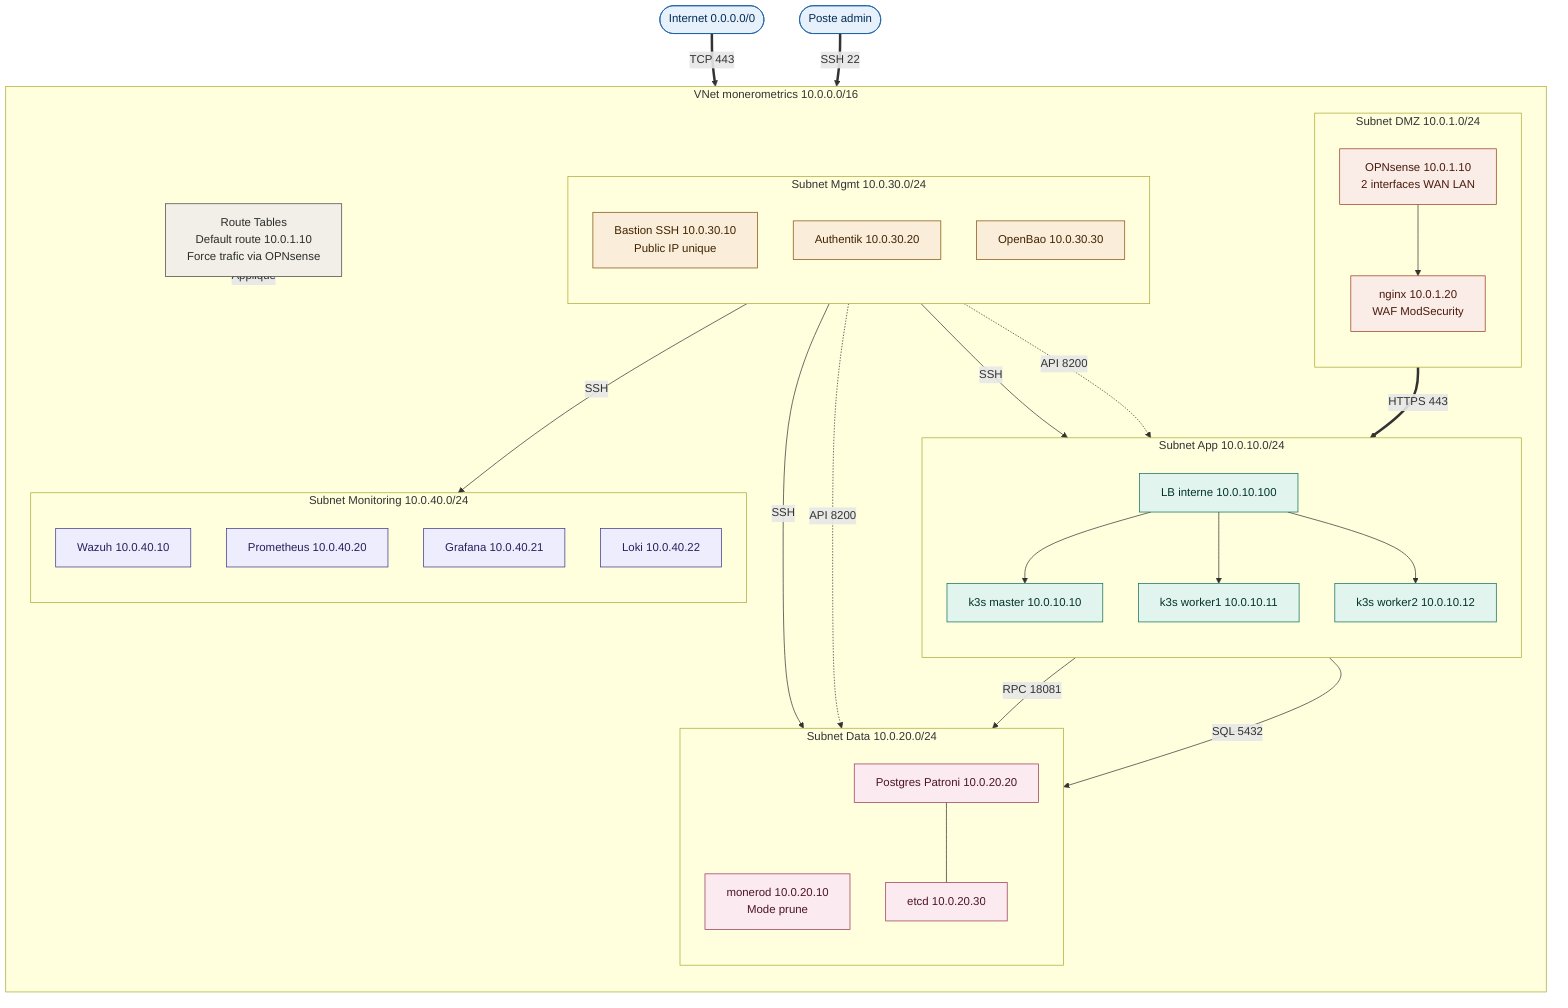
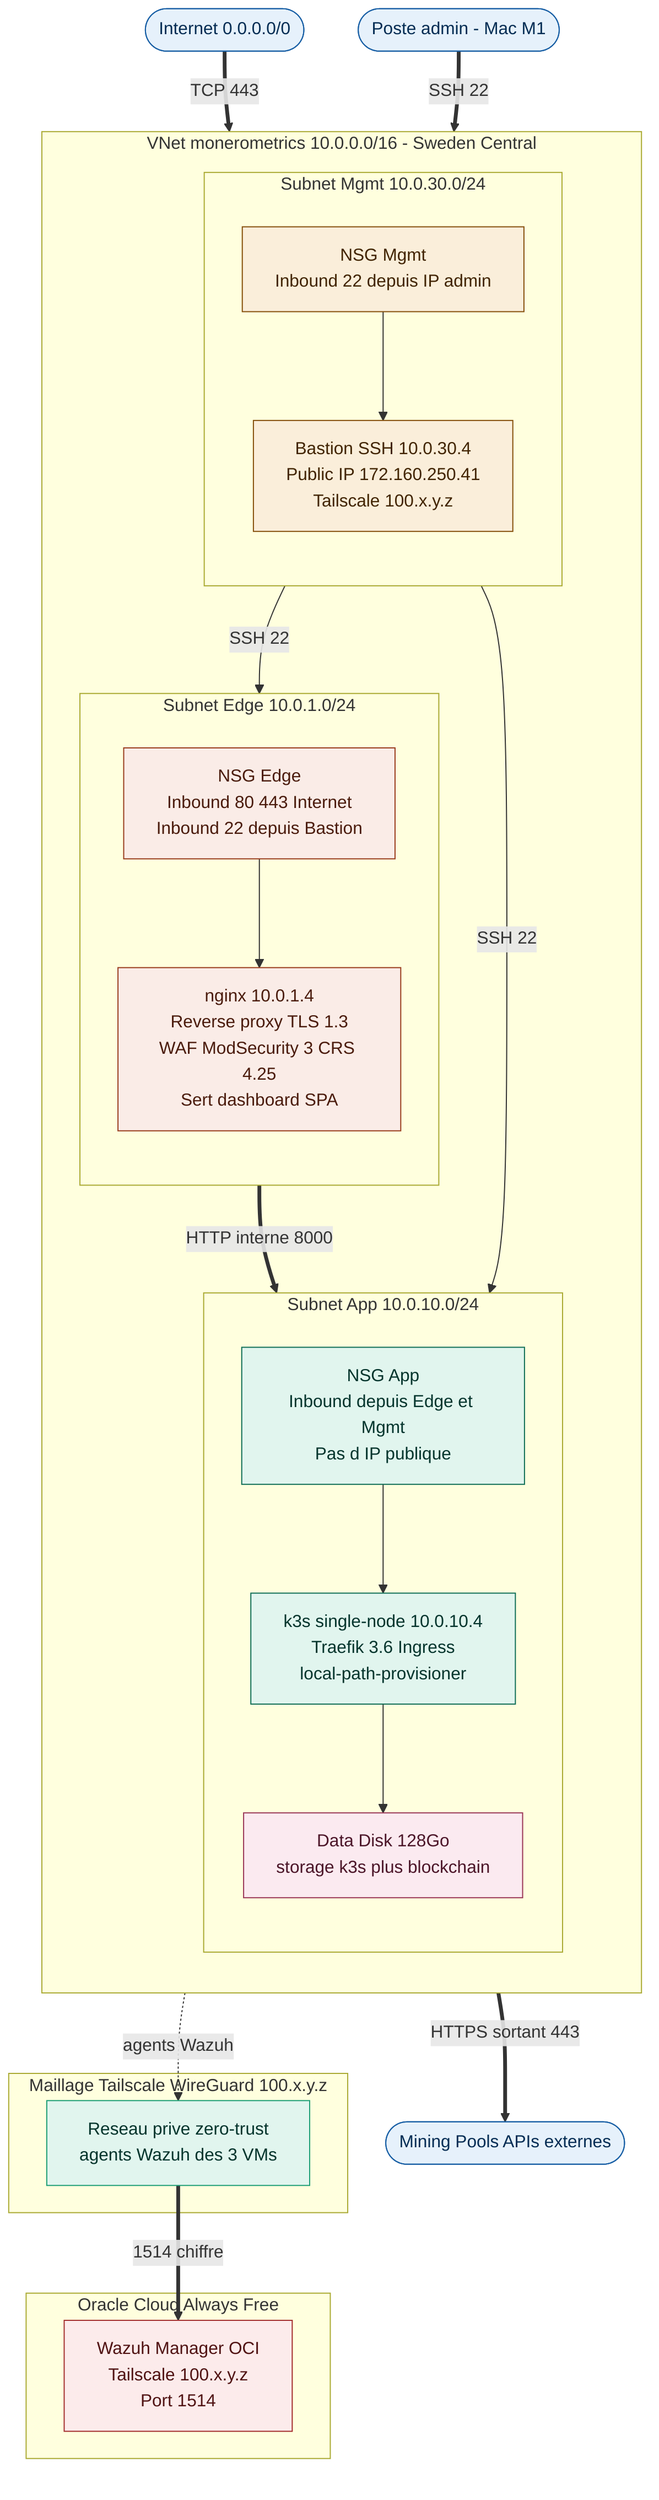
flowchart TB
    Internet([Internet 0.0.0.0/0])
-     AdminPC([Poste admin])
+     AdminPC([Poste admin - Mac M1])
+     Pools([Mining Pools APIs externes])

-     subgraph VNet["VNet monerometrics 10.0.0.0/16"]
+     subgraph VNet["VNet monerometrics 10.0.0.0/16 - Sweden Central"]
        direction TB
- 
-         subgraph SubDMZ["Subnet DMZ 10.0.1.0/24"]
-             direction TB
-             OPN["OPNsense 10.0.1.10<br/>2 interfaces WAN LAN"]
-             NGX["nginx 10.0.1.20<br/>WAF ModSecurity"]
-             OPN --> NGX
-         end

        subgraph SubMgmt["Subnet Mgmt 10.0.30.0/24"]
            direction TB
-             BAS["Bastion SSH 10.0.30.10<br/>Public IP unique"]
-             AUTH["Authentik 10.0.30.20"]
-             OBAO["OpenBao 10.0.30.30"]
+             NSGm["NSG Mgmt<br/>Inbound 22 depuis IP admin"]
+             BAS["Bastion SSH 10.0.30.4<br/>Public IP 172.160.250.41<br/>Tailscale 100.x.y.z"]
+             NSGm --> BAS
+         end
+ 
+         subgraph SubEdge["Subnet Edge 10.0.1.0/24"]
+             direction TB
+             NSGe["NSG Edge<br/>Inbound 80 443 Internet<br/>Inbound 22 depuis Bastion"]
+             NGX["nginx 10.0.1.4<br/>Reverse proxy TLS 1.3<br/>WAF ModSecurity 3 CRS 4.25<br/>Sert dashboard SPA"]
+             NSGe --> NGX
        end

        subgraph SubApp["Subnet App 10.0.10.0/24"]
            direction TB
-             LBINT["LB interne 10.0.10.100"]
-             K3SM["k3s master 10.0.10.10"]
-             K3SW1["k3s worker1 10.0.10.11"]
-             K3SW2["k3s worker2 10.0.10.12"]
-             LBINT --> K3SM
-             LBINT --> K3SW1
-             LBINT --> K3SW2
+             NSGa["NSG App<br/>Inbound depuis Edge et Mgmt<br/>Pas d IP publique"]
+             K3S["k3s single-node 10.0.10.4<br/>Traefik 3.6 Ingress<br/>local-path-provisioner"]
+             DISK["Data Disk 128Go<br/>storage k3s plus blockchain"]
+             NSGa --> K3S
+             K3S --> DISK
        end
- 
-         subgraph SubData["Subnet Data 10.0.20.0/24"]
-             direction TB
-             MON["monerod 10.0.20.10<br/>Mode prune"]
-             PG["Postgres Patroni 10.0.20.20"]
-             ETCD["etcd 10.0.20.30"]
-             PG --- ETCD
-         end
- 
-         subgraph SubObs["Subnet Monitoring 10.0.40.0/24"]
-             direction TB
-             WZH["Wazuh 10.0.40.10"]
-             PROM["Prometheus 10.0.40.20"]
-             GRF["Grafana 10.0.40.21"]
-             LOKI["Loki 10.0.40.22"]
-         end
- 
-         UDR["Route Tables<br/>Default route 10.0.1.10<br/>Force trafic via OPNsense"]
    end

-     Internet ==>|TCP 443| OPN
-     NGX ==>|HTTPS 443| LBINT
-     SubApp -->|RPC 18081| MON
-     SubApp -->|SQL 5432| PG
+     subgraph TS["Maillage Tailscale WireGuard 100.x.y.z"]
+         TSnet["Reseau prive zero-trust<br/>agents Wazuh des 3 VMs"]
+     end

-     AdminPC ==>|SSH 22| BAS
-     BAS -->|SSH| SubApp
-     BAS -->|SSH| SubData
-     BAS -->|SSH| SubObs
+     subgraph OCI["Oracle Cloud Always Free"]
+         WZH["Wazuh Manager OCI<br/>Tailscale 100.x.y.z<br/>Port 1514"]
+     end

-     OBAO -.->|API 8200| SubApp
-     OBAO -.->|API 8200| SubData
+     Internet ==>|TCP 443| NSGe
+     AdminPC ==>|SSH 22| NSGm
+     BAS -->|SSH 22| NSGe
+     BAS -->|SSH 22| NSGa
+     NGX ==>|HTTP interne 8000| K3S
+     K3S ==>|HTTPS sortant 443| Pools

-     UDR -.->|Applique| VNet
+     VNet -.->|agents Wazuh| TSnet
+     TSnet ==>|1514 chiffre| WZH

-     classDef dmz fill:#FAECE7,stroke:#993C1D,color:#4A1B0C
+     classDef edge fill:#FAECE7,stroke:#993C1D,color:#4A1B0C
    classDef app fill:#E1F5EE,stroke:#0F6E56,color:#04342C
    classDef data fill:#FBEAF0,stroke:#993556,color:#4B1528
    classDef mgmt fill:#FAEEDA,stroke:#854F0B,color:#412402
-     classDef obs fill:#EEEDFE,stroke:#3C3489,color:#26215C
    classDef ext fill:#E6F1FB,stroke:#185FA5,color:#042C53
-     classDef route fill:#F1EFE8,stroke:#444441,color:#2C2C2A
+     classDef oci fill:#FCEBEB,stroke:#A32D2D,color:#501313
+     classDef vpn fill:#E1F5EE,stroke:#1D9E75,color:#04342C

-     class OPN,NGX dmz
-     class K3SM,K3SW1,K3SW2,LBINT app
-     class MON,PG,ETCD data
-     class BAS,AUTH,OBAO mgmt
-     class WZH,PROM,GRF,LOKI obs
-     class Internet,AdminPC ext
-     class UDR route
+     class NSGe,NGX edge
+     class K3S,NSGa app
+     class DISK data
+     class BAS,NSGm mgmt
+     class Internet,AdminPC,Pools ext
+     class WZH oci
+     class TSnet vpn
